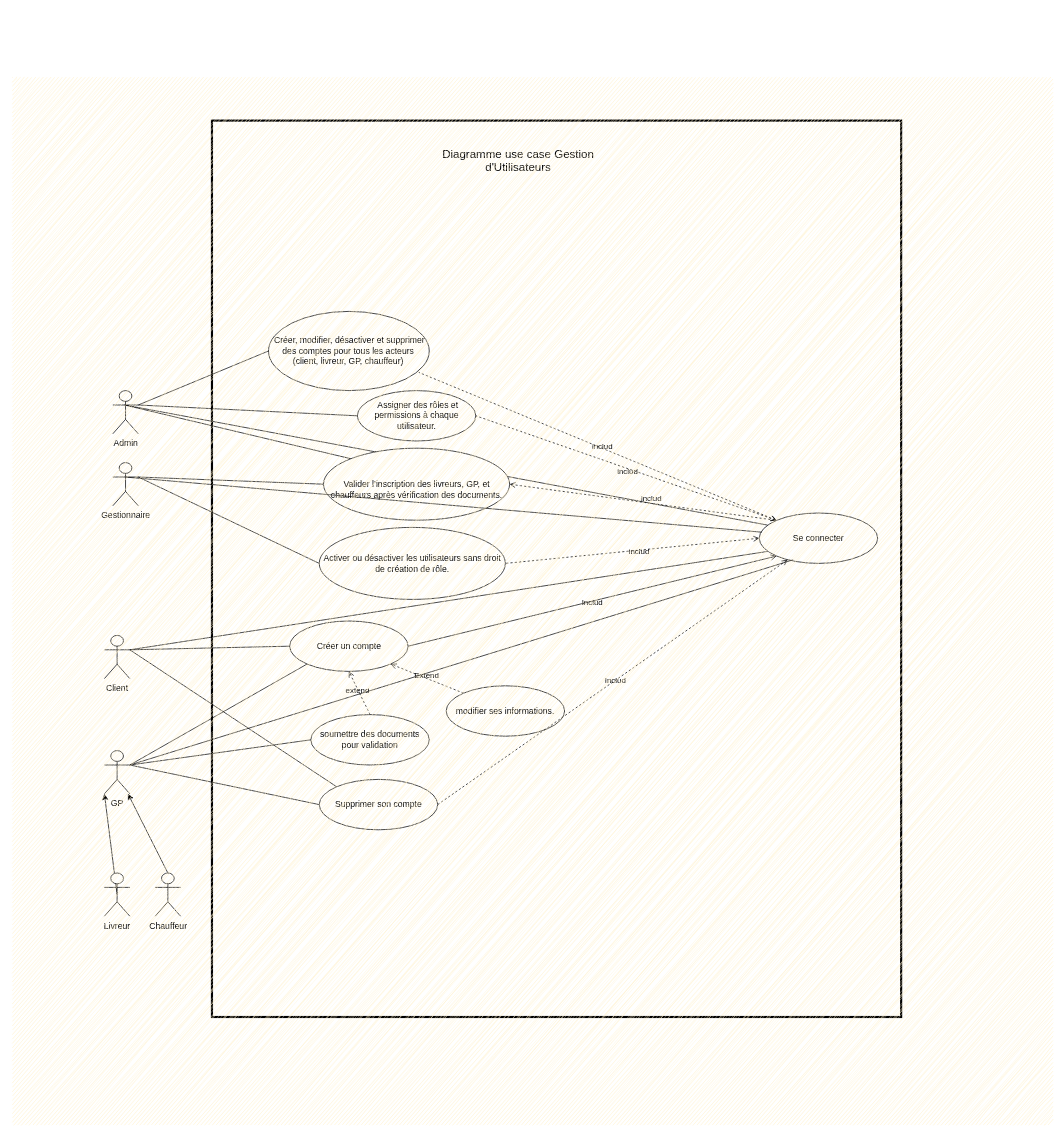
Above: page "UseCase" (2 of 6) of Diagramme sans nom.drawio in BounAbdallah/tuto (draw.io), before the change. Source tidied: cells renumbered, new cells numbered last; positions are measured from the earlier drawing's top-left corner, leaving out a move shared by most shapes. Both pictures are drawn from the tidied source at 72%, with x=0, y=0 at pixel (12, 12).
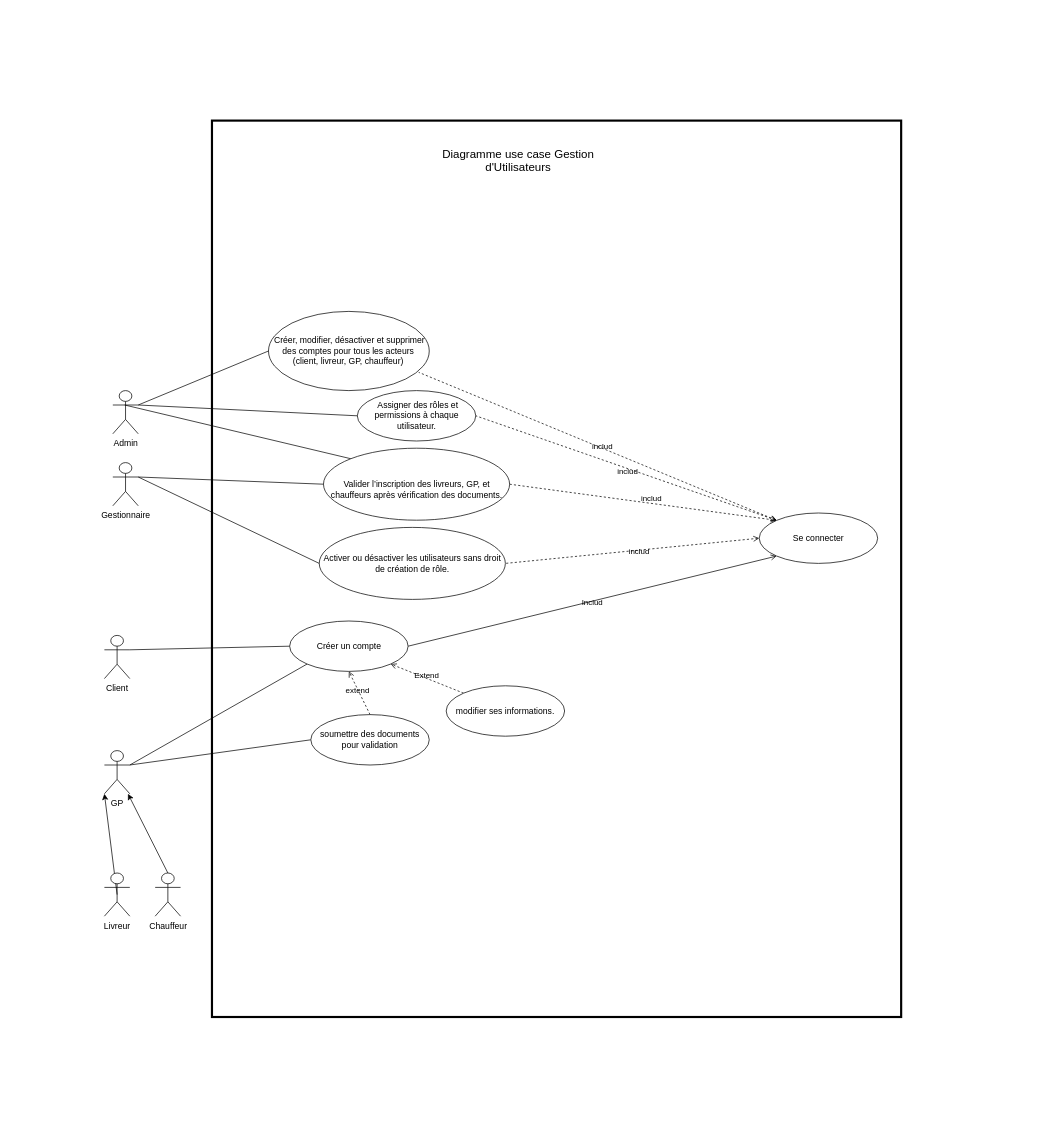
The same diagram, later.

The change refers to these unchanged cells:
```xml
<mxCell id="2" style="group;" parent="1" vertex="1">
  <mxGeometry width="1442" height="1543" as="geometry" />
</mxCell>
<mxCell id="11" value="Se connecter" style="ellipse;whiteSpace=wrap;html=1;" parent="2" vertex="1">
  <mxGeometry x="1037" y="695" width="164.5" height="70" as="geometry" />
</mxCell>
<mxCell id="15" value="&lt;div&gt;&lt;br&gt;&lt;/div&gt;&lt;div&gt;&lt;br&gt;&lt;/div&gt;&lt;div&gt;Valider l’inscription des livreurs, GP, et chauffeurs après vérification des documents.&lt;/div&gt;&lt;div&gt;&lt;br&gt;&lt;/div&gt;" style="ellipse;whiteSpace=wrap;html=1;" parent="2" vertex="1">
  <mxGeometry x="431.8" y="605" width="258.5" height="100" as="geometry" />
</mxCell>
<mxCell id="28" value="Client" style="shape=umlActor;html=1;verticalLabelPosition=bottom;verticalAlign=top;align=center;" parent="2" vertex="1">
  <mxGeometry x="127.5" y="865" width="35.3" height="60" as="geometry" />
</mxCell>
<mxCell id="32" value="GP" style="shape=umlActor;html=1;verticalLabelPosition=bottom;verticalAlign=top;align=center;" parent="2" vertex="1">
  <mxGeometry x="127.5" y="1025" width="35.3" height="60" as="geometry" />
</mxCell>
```

What changed in the source:
```diff
@@
-    <mxCell id="10" style="rounded=0;jettySize=auto;html=1;exitX=0.072;exitY=0.241;exitDx=0;exitDy=0;endArrow=none;endFill=0;exitPerimeter=0;" parent="2" edge="1" source="11">
-      <mxGeometry relative="1" as="geometry">
-        <mxPoint x="155.7" y="545" as="targetPoint" />
-      </mxGeometry>
-    </mxCell>
@@
-    <mxCell id="13" style="rounded=0;jettySize=auto;html=1;exitX=1;exitY=0.5;exitDx=0;exitDy=0;entryX=0;entryY=0;entryDx=0;entryDy=0;startArrow=open;startFill=0;dashed=1;endArrow=none;endFill=0;" parent="2" edge="1" source="15" target="11">
+    <mxCell id="13" style="rounded=0;jettySize=auto;html=1;exitX=1;exitY=0.5;exitDx=0;exitDy=0;entryX=0;entryY=0;entryDx=0;entryDy=0;startArrow=none;startFill=0;dashed=1;endArrow=open;endFill=0;" parent="2" edge="1" source="15" target="11">
       <mxGeometry relative="1" as="geometry" />
     </mxCell>
@@
-    <mxCell id="31" style="rounded=0;jettySize=auto;html=1;exitX=1;exitY=0.3333333333333333;exitDx=0;exitDy=0;exitPerimeter=0;entryX=0;entryY=0.5;entryDx=0;entryDy=0;endArrow=none;endFill=0;" parent="2" edge="1" source="32" target="51">
-      <mxGeometry relative="1" as="geometry" />
-    </mxCell>
@@
-    <mxCell id="38" style="rounded=0;jettySize=auto;html=1;exitX=0.022;exitY=0.381;exitDx=0;exitDy=0;endArrow=none;endFill=0;exitPerimeter=0;" parent="2" edge="1" source="11">
-      <mxGeometry relative="1" as="geometry">
-        <mxPoint x="155.7" y="645" as="targetPoint" />
-      </mxGeometry>
-    </mxCell>
-    <mxCell id="39" style="rounded=0;jettySize=auto;html=1;exitX=1;exitY=0.3333333333333333;exitDx=0;exitDy=0;exitPerimeter=0;endArrow=none;endFill=0;entryX=0.071;entryY=0.762;entryDx=0;entryDy=0;entryPerimeter=0;" parent="2" edge="1" source="28" target="11">
-      <mxGeometry relative="1" as="geometry" />
-    </mxCell>
@@
-    <mxCell id="43" style="rounded=0;jettySize=auto;html=1;exitX=1;exitY=0.3333333333333333;exitDx=0;exitDy=0;exitPerimeter=0;entryX=0.286;entryY=0.929;entryDx=0;entryDy=0;entryPerimeter=0;endArrow=none;endFill=0;" parent="2" edge="1" source="32" target="11">
-      <mxGeometry relative="1" as="geometry" />
-    </mxCell>
@@
-    <mxCell id="49" style="rounded=0;jettySize=auto;html=1;exitX=1;exitY=0.5;exitDx=0;exitDy=0;endArrow=open;endFill=0;dashed=1;" parent="2" edge="1" source="51" target="11">
-      <mxGeometry relative="1" as="geometry" />
-    </mxCell>
-    <mxCell id="50" value="Includ" style="edgeLabel;html=1;align=center;verticalAlign=middle;labelBackgroundColor=none;" parent="49" vertex="1">
-      <mxGeometry x="0.01" relative="1" as="geometry">
-        <mxPoint y="-1" as="offset" />
-      </mxGeometry>
-    </mxCell>
-    <mxCell id="51" value="Supprimer son compte" style="ellipse;whiteSpace=wrap;html=1;" parent="2" vertex="1">
-      <mxGeometry x="425.9" y="1065" width="164.5" height="70" as="geometry" />
-    </mxCell>
-    <mxCell id="52" style="rounded=0;jettySize=auto;html=1;exitX=0;exitY=0;exitDx=0;exitDy=0;entryX=1;entryY=0.3333333333333333;entryDx=0;entryDy=0;entryPerimeter=0;endArrow=none;endFill=0;" parent="2" edge="1" source="51" target="28">
-      <mxGeometry relative="1" as="geometry" />
-    </mxCell>
-    <mxCell id="53" style="group;fillColor=#fff2cc;strokeColor=none;sketch=1;curveFitting=1;jiggle=2;" parent="2" vertex="1">
+    <mxCell id="53" style="group;fillColor=none;strokeColor=none;" parent="2" vertex="1">
       <mxGeometry y="90" width="1442" height="1453" as="geometry" />
     </mxCell>
```
